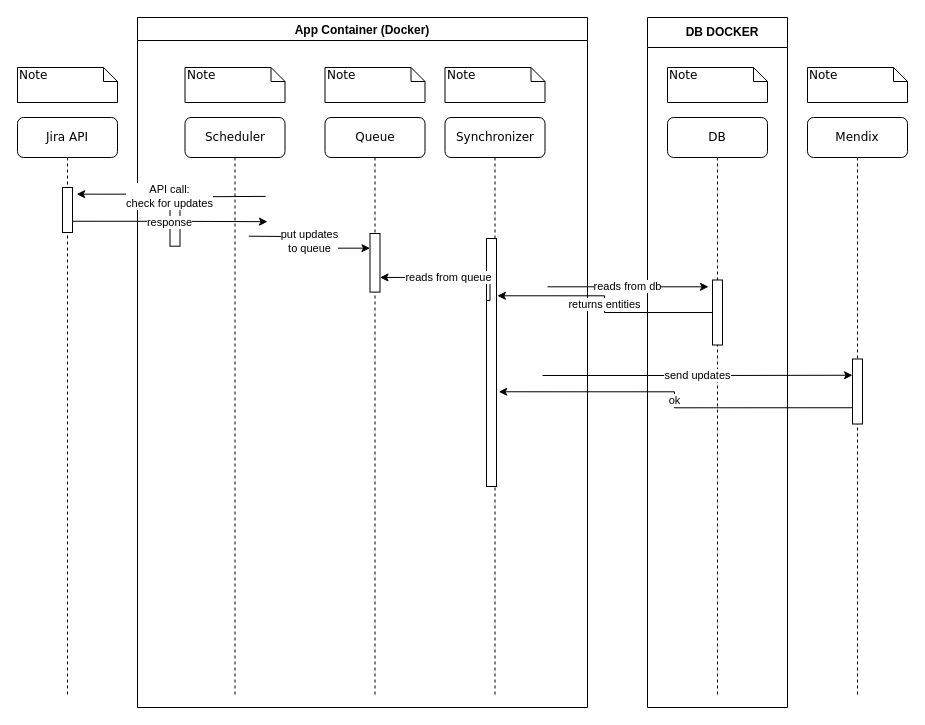
tiagodalloca/jira-mendix-integrator keeps this draw.io diagram as diagrams/lifecycle-diagram.drawio. Above is the earlier version. Source tidied: cells renumbered, new cells numbered last; positions are measured from the earlier drawing's top-left corner, leaving out a move shared by most shapes. Both pictures are drawn from the tidied source at 100%, with x=0, y=0 at pixel (17, 17).
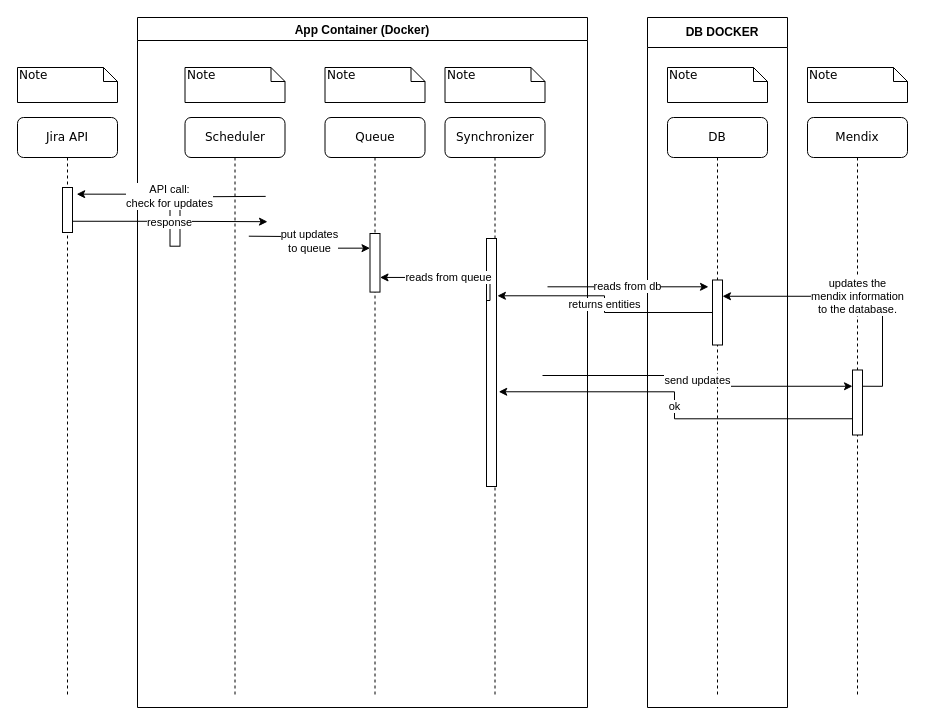
Above is the later version.

Unchanged cells that the change refers to:
```xml
<mxCell id="24" style="rounded=0;whiteSpace=wrap;html=1;rotation=90;" parent="22" vertex="1">
  <mxGeometry x="37.5" y="290" width="65" height="10" as="geometry" />
</mxCell>
```

The edit, as a diff of the source:
```diff
@@
+    <mxCell id="31" value="updates the &lt;br&gt;mendix information &lt;br&gt;to the database." style="edgeStyle=orthogonalEdgeStyle;rounded=0;jettySize=auto;html=1;exitX=0.25;exitY=0;exitDx=0;exitDy=0;entryX=0.25;entryY=0;entryDx=0;entryDy=0;" parent="1" edge="1" source="26" target="24">
+      <mxGeometry relative="1" as="geometry" />
+    </mxCell>
     <mxCell id="26" style="rounded=0;whiteSpace=wrap;html=1;rotation=90;" parent="1" vertex="1">
-      <mxGeometry x="807.5" y="369" width="65" height="10" as="geometry" />
+      <mxGeometry x="807.5" y="380" width="65" height="10" as="geometry" />
     </mxCell>
```
